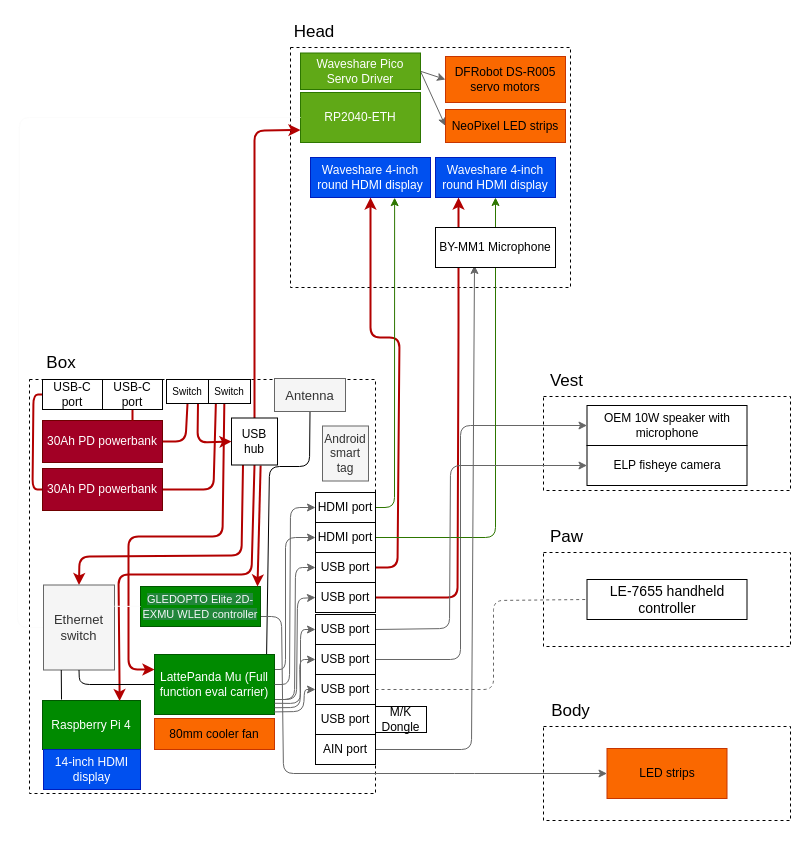
Earlier version of the draw.io diagram Planning/Hardware.drawio (MekhyW/DYNAMO2-Electronic-Fursuit-3.0). Source tidied: cells renumbered, new cells numbered last; positions are measured from the earlier drawing's top-left corner, leaving out a move shared by most shapes. Both pictures are drawn from the tidied source at 100%, with x=0, y=0 at pixel (17, 17).
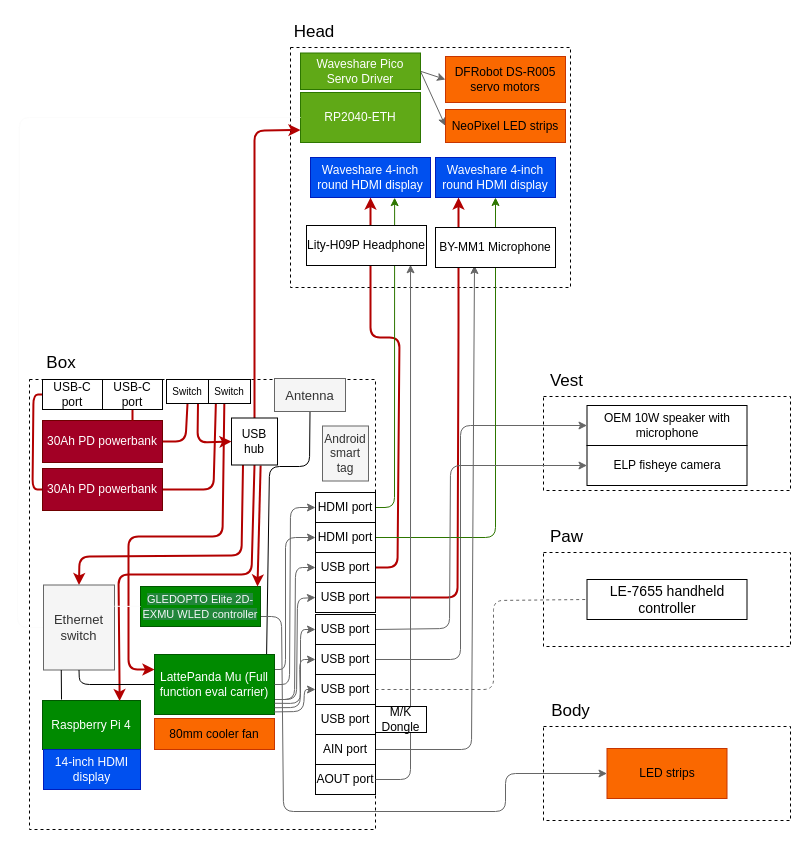
After the change.

The change refers to these unchanged cells:
```xml
<mxCell id="20" value="&lt;span style=&quot;box-sizing: inherit; user-select: text; cursor: text; background: none 0% 0% / auto repeat scroll padding-box border-box rgb(34, 134, 58); color: rgb(246, 248, 250); font-size: 11px; text-align: start;&quot; class=&quot;cm-diff-add-inner&quot;&gt;GLEDOPTO Elite 2D-EXMU WLED controller&lt;/span&gt;" style="rounded=0;whiteSpace=wrap;html=1;fillColor=#008a00;fontColor=#ffffff;strokeColor=#005700;" parent="1" vertex="1">
  <mxGeometry x="123" y="569" width="120" height="40" as="geometry" />
</mxCell>
<mxCell id="64" value="&lt;span style=&quot;color: rgb(0, 0, 0);&quot;&gt;LED strips&lt;/span&gt;" style="rounded=0;whiteSpace=wrap;html=1;fillColor=#fa6800;fontColor=#000000;strokeColor=#C73500;" parent="1" vertex="1">
  <mxGeometry x="589.5" y="731" width="120" height="50" as="geometry" />
</mxCell>
```

What changed in the source:
```diff
@@
     <mxCell id="9" style="rounded=0;whiteSpace=wrap;html=1;dashed=1;" parent="1" vertex="1">
-      <mxGeometry x="12" y="362" width="346" height="414" as="geometry" />
+      <mxGeometry x="12" y="362" width="346" height="450" as="geometry" />
     </mxCell>
@@
     <mxCell id="19" style="edgeStyle=none;html=1;exitX=1;exitY=0.75;exitDx=0;exitDy=0;fillColor=#f5f5f5;strokeColor=#666666;entryX=0;entryY=0.5;entryDx=0;entryDy=0;" parent="1" edge="1" source="20" target="64">
       <mxGeometry relative="1" as="geometry">
         <Array as="points">
           <mxPoint x="264" y="599" />
-          <mxPoint x="266" y="756" />
-          <mxPoint x="447" y="756" />
+          <mxPoint x="266" y="794" />
+          <mxPoint x="488" y="794" />
+          <mxPoint x="488" y="756" />
         </Array>
       </mxGeometry>
     </mxCell>
@@
+    <mxCell id="80" value="USB-C port" style="rounded=0;whiteSpace=wrap;html=1;" parent="1" vertex="1">
+      <mxGeometry x="85" y="362" width="60" height="30" as="geometry" />
+    </mxCell>
+    <mxCell id="81" value="AOUT port" style="rounded=0;whiteSpace=wrap;html=1;" parent="1" vertex="1">
+      <mxGeometry x="298" y="747" width="60" height="30" as="geometry" />
+    </mxCell>
+    <mxCell id="82" style="edgeStyle=none;html=1;exitX=1;exitY=0.5;exitDx=0;exitDy=0;strokeColor=#666666;strokeWidth=1;fontSize=8;startArrow=none;startFill=0;fillColor=#f5f5f5;entryX=0.867;entryY=0.982;entryDx=0;entryDy=0;entryPerimeter=0;" parent="1" edge="1" source="81" target="83">
+      <mxGeometry relative="1" as="geometry">
+        <Array as="points">
+          <mxPoint x="393" y="762" />
+        </Array>
+      </mxGeometry>
+    </mxCell>
+    <mxCell id="83" value="Lity-H09P Headphone" style="rounded=0;whiteSpace=wrap;html=1;" parent="1" vertex="1">
+      <mxGeometry x="289" y="208" width="120" height="40" as="geometry" />
+    </mxCell>
@@
-    <mxCell id="80" value="USB-C port" style="rounded=0;whiteSpace=wrap;html=1;" parent="1" vertex="1">
-      <mxGeometry x="85" y="362" width="60" height="30" as="geometry" />
-    </mxCell>
```
